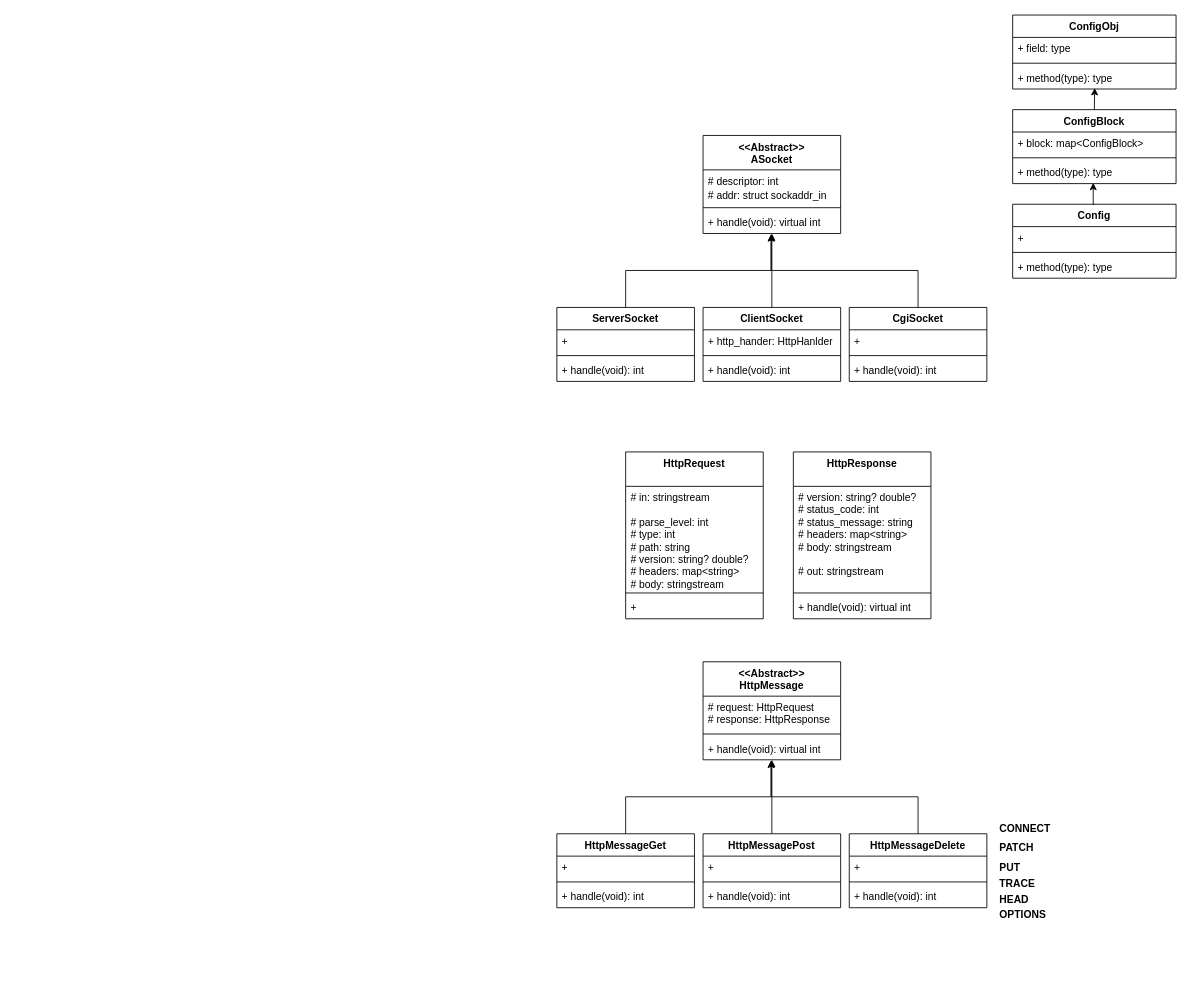
This is docs/class_diagram.drawio from world-famous-webserv/webserv, a draw.io file, before an edit. Source tidied: cells renumbered, new cells numbered last; positions are measured from the earlier drawing's top-left corner, leaving out a move shared by most shapes. Both pictures are drawn from the tidied source at 86%, with x=0, y=0 at pixel (556, 15).
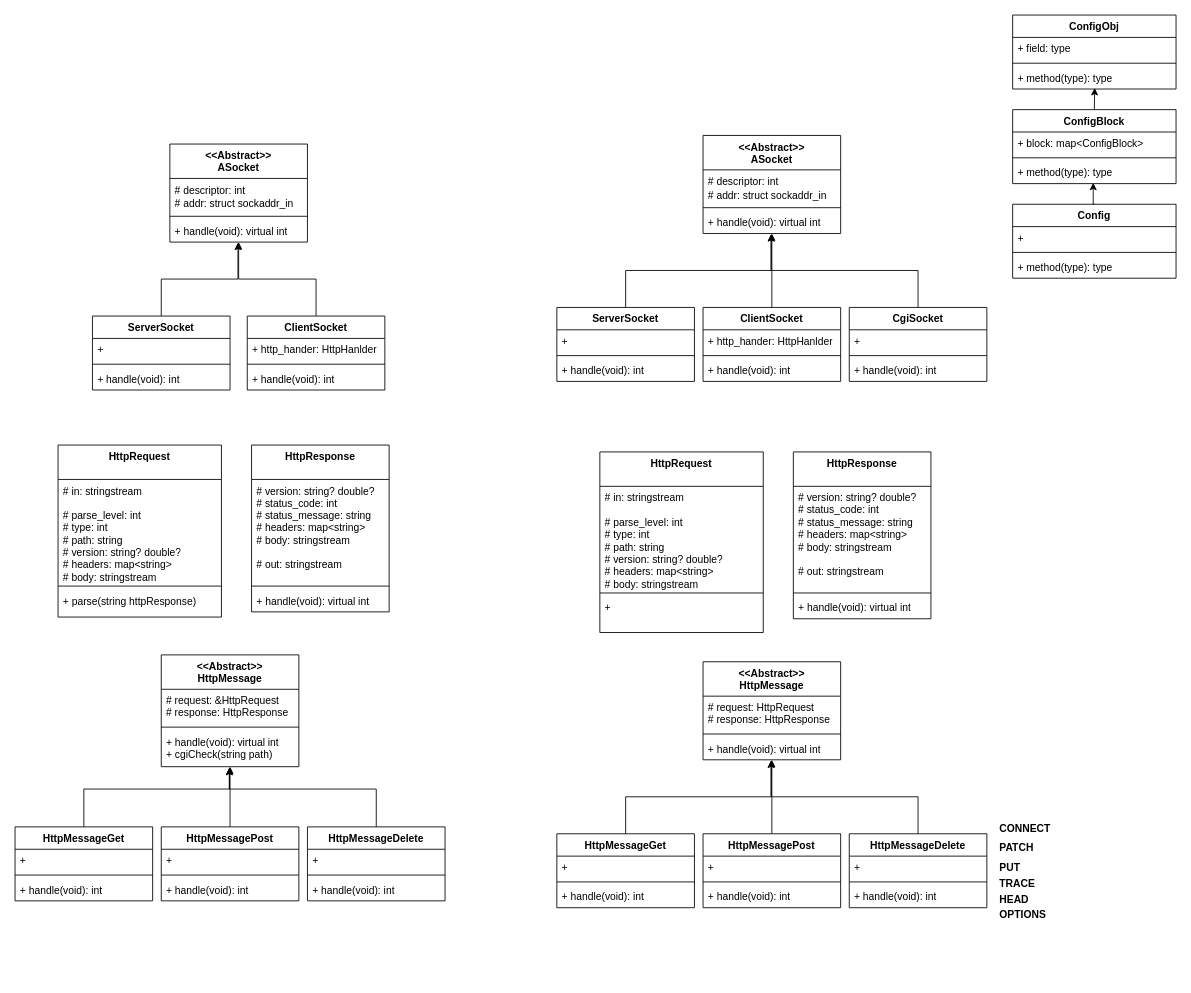
After the change.

What changed in the source:
```diff
@@
     <mxCell id="54" value="HttpRequest" style="swimlane;fontStyle=1;align=center;verticalAlign=top;horizontal=1;startSize=40;whiteSpace=wrap;html=1;" parent="1" vertex="1">
-      <mxGeometry x="80" y="508" width="160" height="194" as="geometry" />
+      <mxGeometry x="50" y="508" width="190" height="210" as="geometry" />
     </mxCell>
     <mxCell id="55" value="# in: stringstream&lt;br&gt;&lt;br&gt;# parse_level: int&amp;nbsp;&lt;br&gt;# type: int&lt;br&gt;# path: string&lt;br&gt;# version: string? double?&lt;br&gt;# headers: map&amp;lt;string&amp;gt;&lt;br&gt;# body: stringstream" style="text;strokeColor=none;fillColor=none;align=left;verticalAlign=top;spacingLeft=4;spacingRight=4;overflow=hidden;whiteSpace=wrap;html=1;" parent="54" vertex="1">
-      <mxGeometry y="40" width="160" height="120" as="geometry" />
+      <mxGeometry y="40" width="190" height="120" as="geometry" />
     </mxCell>
     <mxCell id="56" style="line;strokeWidth=1;fillColor=none;align=left;verticalAlign=middle;spacingTop=-1;spacingLeft=3;spacingRight=3;labelPosition=right;strokeColor=inherit;" parent="54" vertex="1">
-      <mxGeometry y="160" width="160" height="8" as="geometry" />
+      <mxGeometry y="160" width="190" height="8" as="geometry" />
     </mxCell>
     <mxCell id="57" value="+&amp;nbsp;" style="text;strokeColor=none;fillColor=none;align=left;verticalAlign=top;spacingLeft=4;spacingRight=4;overflow=hidden;whiteSpace=wrap;html=1;" parent="54" vertex="1">
-      <mxGeometry y="168" width="160" height="26" as="geometry" />
+      <mxGeometry y="168" width="190" height="42" as="geometry" />
     </mxCell>
@@
+    <mxCell id="63" value="&amp;lt;&amp;lt;Abstract&amp;gt;&amp;gt;&lt;br&gt;ASocket" style="swimlane;fontStyle=1;align=center;verticalAlign=top;horizontal=1;startSize=40;whiteSpace=wrap;html=1;" parent="1" vertex="1">
+      <mxGeometry x="-450" y="150" width="160" height="114" as="geometry" />
+    </mxCell>
+    <mxCell id="64" value="# descriptor: int&lt;br&gt;# addr: struct&amp;nbsp;sockaddr_in&lt;span style=&quot;color: rgb(255, 255, 255); font-family: &amp;quot;Söhne Mono&amp;quot;, Monaco, &amp;quot;Andale Mono&amp;quot;, &amp;quot;Ubuntu Mono&amp;quot;, monospace; font-size: 14px; background-color: rgb(0, 0, 0);&quot;&gt; &lt;/span&gt;" style="text;strokeColor=none;fillColor=none;align=left;verticalAlign=top;spacingLeft=4;spacingRight=4;overflow=hidden;whiteSpace=wrap;html=1;" parent="63" vertex="1">
+      <mxGeometry y="40" width="160" height="40" as="geometry" />
+    </mxCell>
+    <mxCell id="65" style="line;strokeWidth=1;fillColor=none;align=left;verticalAlign=middle;spacingTop=-1;spacingLeft=3;spacingRight=3;labelPosition=right;strokeColor=inherit;" parent="63" vertex="1">
+      <mxGeometry y="80" width="160" height="8" as="geometry" />
+    </mxCell>
+    <mxCell id="66" value="+ handle(void): virtual int" style="text;strokeColor=none;fillColor=none;align=left;verticalAlign=top;spacingLeft=4;spacingRight=4;overflow=hidden;points=[[0,0.5],[1,0.5]];portConstraint=eastwest;whiteSpace=wrap;html=1;" parent="63" vertex="1">
+      <mxGeometry y="88" width="160" height="26" as="geometry" />
+    </mxCell>
+    <mxCell id="67" value="ServerSocket" style="swimlane;fontStyle=1;align=center;verticalAlign=top;horizontal=1;startSize=26;whiteSpace=wrap;html=1;" parent="1" vertex="1">
+      <mxGeometry x="-540" y="350" width="160" height="86" as="geometry" />
+    </mxCell>
+    <mxCell id="68" value="+" style="text;strokeColor=none;fillColor=none;align=left;verticalAlign=top;spacingLeft=4;spacingRight=4;overflow=hidden;whiteSpace=wrap;html=1;" parent="67" vertex="1">
+      <mxGeometry y="26" width="160" height="26" as="geometry" />
+    </mxCell>
+    <mxCell id="69" style="line;strokeWidth=1;fillColor=none;align=left;verticalAlign=middle;spacingTop=-1;spacingLeft=3;spacingRight=3;labelPosition=right;strokeColor=inherit;" parent="67" vertex="1">
+      <mxGeometry y="52" width="160" height="8" as="geometry" />
+    </mxCell>
+    <mxCell id="70" value="+ handle(void): int" style="text;strokeColor=none;fillColor=none;align=left;verticalAlign=top;spacingLeft=4;spacingRight=4;overflow=hidden;whiteSpace=wrap;html=1;" parent="67" vertex="1">
+      <mxGeometry y="60" width="160" height="26" as="geometry" />
+    </mxCell>
+    <mxCell id="71" style="edgeStyle=orthogonalEdgeStyle;rounded=0;jettySize=auto;html=1;entryX=0.5;entryY=1;entryDx=0;entryDy=0;" parent="1" edge="1" source="72" target="63">
+      <mxGeometry relative="1" as="geometry" />
+    </mxCell>
+    <mxCell id="72" value="ClientSocket" style="swimlane;fontStyle=1;align=center;verticalAlign=top;horizontal=1;startSize=26;whiteSpace=wrap;html=1;" parent="1" vertex="1">
+      <mxGeometry x="-360" y="350" width="160" height="86" as="geometry" />
+    </mxCell>
+    <mxCell id="73" value="+ http_hander: HttpHanlder" style="text;strokeColor=none;fillColor=none;align=left;verticalAlign=top;spacingLeft=4;spacingRight=4;overflow=hidden;whiteSpace=wrap;html=1;" parent="72" vertex="1">
+      <mxGeometry y="26" width="160" height="26" as="geometry" />
+    </mxCell>
+    <mxCell id="74" style="line;strokeWidth=1;fillColor=none;align=left;verticalAlign=middle;spacingTop=-1;spacingLeft=3;spacingRight=3;labelPosition=right;strokeColor=inherit;" parent="72" vertex="1">
+      <mxGeometry y="52" width="160" height="8" as="geometry" />
+    </mxCell>
+    <mxCell id="75" value="+ handle(void): int" style="text;strokeColor=none;fillColor=none;align=left;verticalAlign=top;spacingLeft=4;spacingRight=4;overflow=hidden;whiteSpace=wrap;html=1;" parent="72" vertex="1">
+      <mxGeometry y="60" width="160" height="26" as="geometry" />
+    </mxCell>
+    <mxCell id="76" style="edgeStyle=orthogonalEdgeStyle;rounded=0;jettySize=auto;html=1;entryX=0.495;entryY=1.031;entryDx=0;entryDy=0;entryPerimeter=0;" parent="1" edge="1" source="67" target="66">
+      <mxGeometry relative="1" as="geometry" />
+    </mxCell>
+    <mxCell id="77" value="&amp;lt;&amp;lt;Abstract&amp;gt;&amp;gt;&lt;br&gt;HttpMessage" style="swimlane;fontStyle=1;align=center;verticalAlign=top;horizontal=1;startSize=40;whiteSpace=wrap;html=1;" parent="1" vertex="1">
+      <mxGeometry x="-460" y="744" width="160" height="130" as="geometry" />
+    </mxCell>
+    <mxCell id="78" value="# request: &amp;amp;HttpRequest&lt;br&gt;# response: HttpResponse" style="text;strokeColor=none;fillColor=none;align=left;verticalAlign=top;spacingLeft=4;spacingRight=4;overflow=hidden;whiteSpace=wrap;html=1;" parent="77" vertex="1">
+      <mxGeometry y="40" width="160" height="40" as="geometry" />
+    </mxCell>
+    <mxCell id="79" style="line;strokeWidth=1;fillColor=none;align=left;verticalAlign=middle;spacingTop=-1;spacingLeft=3;spacingRight=3;labelPosition=right;strokeColor=inherit;" parent="77" vertex="1">
+      <mxGeometry y="80" width="160" height="8" as="geometry" />
+    </mxCell>
+    <mxCell id="80" value="+ handle(void): virtual int&lt;br&gt;+ cgiCheck(string path)" style="text;strokeColor=none;fillColor=none;align=left;verticalAlign=top;spacingLeft=4;spacingRight=4;overflow=hidden;points=[[0,0.5],[1,0.5]];portConstraint=eastwest;whiteSpace=wrap;html=1;" parent="77" vertex="1">
+      <mxGeometry y="88" width="160" height="42" as="geometry" />
+    </mxCell>
+    <mxCell id="81" value="HttpMessageGet" style="swimlane;fontStyle=1;align=center;verticalAlign=top;horizontal=1;startSize=26;whiteSpace=wrap;html=1;" parent="1" vertex="1">
+      <mxGeometry x="-630" y="944" width="160" height="86" as="geometry" />
+    </mxCell>
+    <mxCell id="82" value="+&amp;nbsp;" style="text;strokeColor=none;fillColor=none;align=left;verticalAlign=top;spacingLeft=4;spacingRight=4;overflow=hidden;whiteSpace=wrap;html=1;" parent="81" vertex="1">
+      <mxGeometry y="26" width="160" height="26" as="geometry" />
+    </mxCell>
+    <mxCell id="83" style="line;strokeWidth=1;fillColor=none;align=left;verticalAlign=middle;spacingTop=-1;spacingLeft=3;spacingRight=3;labelPosition=right;strokeColor=inherit;" parent="81" vertex="1">
+      <mxGeometry y="52" width="160" height="8" as="geometry" />
+    </mxCell>
+    <mxCell id="84" value="+ handle(void): int" style="text;strokeColor=none;fillColor=none;align=left;verticalAlign=top;spacingLeft=4;spacingRight=4;overflow=hidden;whiteSpace=wrap;html=1;" parent="81" vertex="1">
+      <mxGeometry y="60" width="160" height="26" as="geometry" />
+    </mxCell>
+    <mxCell id="85" style="edgeStyle=orthogonalEdgeStyle;rounded=0;jettySize=auto;html=1;entryX=0.5;entryY=1;entryDx=0;entryDy=0;" parent="1" edge="1" source="86" target="77">
+      <mxGeometry relative="1" as="geometry" />
+    </mxCell>
+    <mxCell id="86" value="HttpMessagePost" style="swimlane;fontStyle=1;align=center;verticalAlign=top;horizontal=1;startSize=26;whiteSpace=wrap;html=1;" parent="1" vertex="1">
+      <mxGeometry x="-460" y="944" width="160" height="86" as="geometry" />
+    </mxCell>
+    <mxCell id="87" value="+" style="text;strokeColor=none;fillColor=none;align=left;verticalAlign=top;spacingLeft=4;spacingRight=4;overflow=hidden;whiteSpace=wrap;html=1;" parent="86" vertex="1">
+      <mxGeometry y="26" width="160" height="26" as="geometry" />
+    </mxCell>
+    <mxCell id="88" style="line;strokeWidth=1;fillColor=none;align=left;verticalAlign=middle;spacingTop=-1;spacingLeft=3;spacingRight=3;labelPosition=right;strokeColor=inherit;" parent="86" vertex="1">
+      <mxGeometry y="52" width="160" height="8" as="geometry" />
+    </mxCell>
+    <mxCell id="89" value="+ handle(void): int" style="text;strokeColor=none;fillColor=none;align=left;verticalAlign=top;spacingLeft=4;spacingRight=4;overflow=hidden;whiteSpace=wrap;html=1;" parent="86" vertex="1">
+      <mxGeometry y="60" width="160" height="26" as="geometry" />
+    </mxCell>
+    <mxCell id="90" value="HttpMessageDelete" style="swimlane;fontStyle=1;align=center;verticalAlign=top;horizontal=1;startSize=26;whiteSpace=wrap;html=1;" parent="1" vertex="1">
+      <mxGeometry x="-290" y="944" width="160" height="86" as="geometry" />
+    </mxCell>
+    <mxCell id="91" value="+&amp;nbsp;" style="text;strokeColor=none;fillColor=none;align=left;verticalAlign=top;spacingLeft=4;spacingRight=4;overflow=hidden;whiteSpace=wrap;html=1;" parent="90" vertex="1">
+      <mxGeometry y="26" width="160" height="26" as="geometry" />
+    </mxCell>
+    <mxCell id="92" style="line;strokeWidth=1;fillColor=none;align=left;verticalAlign=middle;spacingTop=-1;spacingLeft=3;spacingRight=3;labelPosition=right;strokeColor=inherit;" parent="90" vertex="1">
+      <mxGeometry y="52" width="160" height="8" as="geometry" />
+    </mxCell>
+    <mxCell id="93" value="+ handle(void): int" style="text;strokeColor=none;fillColor=none;align=left;verticalAlign=top;spacingLeft=4;spacingRight=4;overflow=hidden;whiteSpace=wrap;html=1;" parent="90" vertex="1">
+      <mxGeometry y="60" width="160" height="26" as="geometry" />
+    </mxCell>
+    <mxCell id="94" style="edgeStyle=orthogonalEdgeStyle;rounded=0;jettySize=auto;html=1;entryX=0.495;entryY=1.031;entryDx=0;entryDy=0;entryPerimeter=0;" parent="1" edge="1" source="81" target="80">
+      <mxGeometry relative="1" as="geometry">
+        <Array as="points">
+          <mxPoint x="-550" y="900" />
+          <mxPoint x="-381" y="900" />
+        </Array>
+      </mxGeometry>
+    </mxCell>
+    <mxCell id="95" style="edgeStyle=orthogonalEdgeStyle;rounded=0;jettySize=auto;html=1;entryX=0.495;entryY=1.031;entryDx=0;entryDy=0;entryPerimeter=0;" parent="1" edge="1" source="90" target="80">
+      <mxGeometry relative="1" as="geometry">
+        <Array as="points">
+          <mxPoint x="-210" y="900" />
+          <mxPoint x="-381" y="900" />
+        </Array>
+      </mxGeometry>
+    </mxCell>
+    <mxCell id="96" value="HttpRequest" style="swimlane;fontStyle=1;align=center;verticalAlign=top;horizontal=1;startSize=40;whiteSpace=wrap;html=1;" parent="1" vertex="1">
+      <mxGeometry x="-580" y="500" width="190" height="200" as="geometry" />
+    </mxCell>
+    <mxCell id="97" value="# in: stringstream&lt;br&gt;&lt;br&gt;# parse_level: int&amp;nbsp;&lt;br&gt;# type: int&lt;br&gt;# path: string&lt;br&gt;# version: string? double?&lt;br&gt;# headers: map&amp;lt;string&amp;gt;&lt;br&gt;# body: stringstream" style="text;strokeColor=none;fillColor=none;align=left;verticalAlign=top;spacingLeft=4;spacingRight=4;overflow=hidden;whiteSpace=wrap;html=1;" parent="96" vertex="1">
+      <mxGeometry y="40" width="190" height="120" as="geometry" />
+    </mxCell>
+    <mxCell id="98" style="line;strokeWidth=1;fillColor=none;align=left;verticalAlign=middle;spacingTop=-1;spacingLeft=3;spacingRight=3;labelPosition=right;strokeColor=inherit;" parent="96" vertex="1">
+      <mxGeometry y="160" width="190" height="8" as="geometry" />
+    </mxCell>
+    <mxCell id="99" value="+ parse(string httpResponse)&lt;br&gt;" style="text;strokeColor=none;fillColor=none;align=left;verticalAlign=top;spacingLeft=4;spacingRight=4;overflow=hidden;whiteSpace=wrap;html=1;" parent="96" vertex="1">
+      <mxGeometry y="168" width="190" height="32" as="geometry" />
+    </mxCell>
+    <mxCell id="100" value="HttpResponse" style="swimlane;fontStyle=1;align=center;verticalAlign=top;horizontal=1;startSize=40;whiteSpace=wrap;html=1;" parent="1" vertex="1">
+      <mxGeometry x="-355" y="500" width="160" height="194" as="geometry" />
+    </mxCell>
+    <mxCell id="101" value="# version: string? double?&lt;br&gt;# status_code: int&lt;br&gt;# status_message: string&lt;br&gt;# headers: map&amp;lt;string&amp;gt;&lt;br&gt;# body: stringstream&lt;br&gt;&lt;br&gt;# out: stringstream" style="text;strokeColor=none;fillColor=none;align=left;verticalAlign=top;spacingLeft=4;spacingRight=4;overflow=hidden;whiteSpace=wrap;html=1;" parent="100" vertex="1">
+      <mxGeometry y="40" width="160" height="120" as="geometry" />
+    </mxCell>
+    <mxCell id="102" style="line;strokeWidth=1;fillColor=none;align=left;verticalAlign=middle;spacingTop=-1;spacingLeft=3;spacingRight=3;labelPosition=right;strokeColor=inherit;" parent="100" vertex="1">
+      <mxGeometry y="160" width="160" height="8" as="geometry" />
+    </mxCell>
+    <mxCell id="103" value="+ handle(void): virtual int" style="text;strokeColor=none;fillColor=none;align=left;verticalAlign=top;spacingLeft=4;spacingRight=4;overflow=hidden;whiteSpace=wrap;html=1;" parent="100" vertex="1">
+      <mxGeometry y="168" width="160" height="26" as="geometry" />
+    </mxCell>
```
